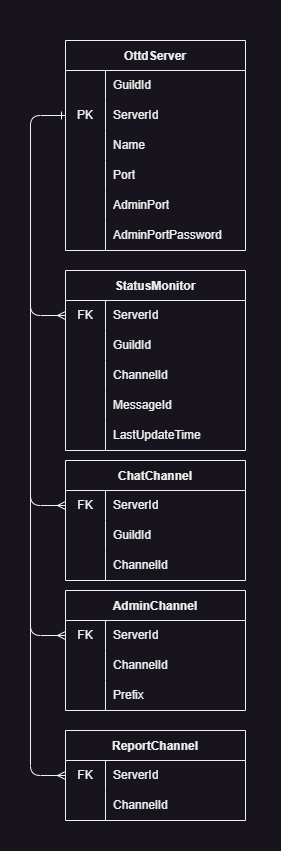
The draw.io diagram docs/database.drawio.png in shoter/OpenttdDiscord, before a commit. Source tidied: cells renumbered, new cells last; positions are measured from the earlier drawing's top-left corner, leaving out a move shared by most shapes.
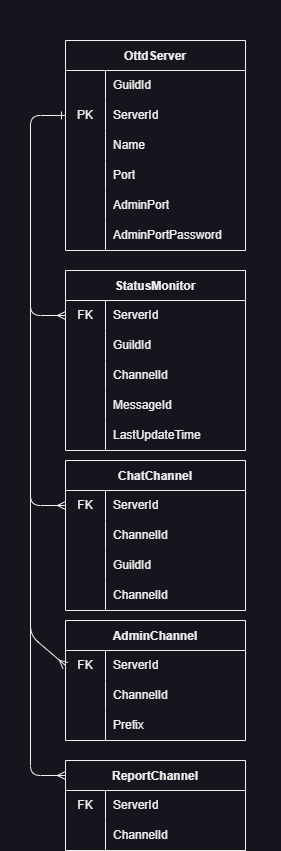
The same file after the commit.

What changed in the source:
```diff
@@ -119,7 +119,7 @@
       </mxGeometry>
     </mxCell>
     <mxCell id="39" value="ChatChannel" style="shape=table;startSize=30;rowLines=0;fontStyle=1;fontColor=#F0F0F0;strokeColor=#F0F0F0;fillColor=#18141D;" parent="1" vertex="1">
-      <mxGeometry x="65" y="460" width="180" height="120" as="geometry" />
+      <mxGeometry x="65" y="460" width="180" height="150" as="geometry" />
     </mxCell>
     <mxCell id="40" style="shape=tableRow;horizontal=0;startSize=0;swimlaneHead=0;swimlaneBody=0;top=0;left=0;bottom=0;right=0;fillColor=none;points=[[0,0.5],[1,0.5]];portConstraint=eastwest;fontColor=#F0F0F0;strokeColor=#F0F0F0;" parent="39" vertex="1">
       <mxGeometry y="30" width="180" height="30" as="geometry" />
@@ -130,8 +130,17 @@
     <mxCell id="42" value="ServerId" style="shape=partialRectangle;html=1;whiteSpace=wrap;fillColor=none;top=0;left=0;bottom=0;right=0;align=left;spacingLeft=6;overflow=hidden;fontColor=#F0F0F0;strokeColor=#F0F0F0;" parent="40" vertex="1">
       <mxGeometry x="40" width="140" height="30" as="geometry" />
     </mxCell>
+    <mxCell id="69" style="shape=tableRow;horizontal=0;startSize=0;swimlaneHead=0;swimlaneBody=0;top=0;left=0;bottom=0;right=0;fillColor=none;fontColor=#F0F0F0;strokeColor=#F0F0F0;" parent="39" vertex="1">
+      <mxGeometry y="60" width="180" height="30" as="geometry" />
+    </mxCell>
+    <mxCell id="70" style="shape=partialRectangle;html=1;whiteSpace=wrap;fillColor=none;top=0;left=0;bottom=0;right=0;overflow=hidden;fontColor=#F0F0F0;strokeColor=#F0F0F0;" parent="69" vertex="1">
+      <mxGeometry width="40" height="30" as="geometry" />
+    </mxCell>
+    <mxCell id="71" value="ChannelId" style="shape=partialRectangle;html=1;whiteSpace=wrap;fillColor=none;top=0;left=0;bottom=0;right=0;align=left;spacingLeft=6;overflow=hidden;fontColor=#F0F0F0;strokeColor=#F0F0F0;" parent="69" vertex="1">
+      <mxGeometry x="40" width="140" height="30" as="geometry" />
+    </mxCell>
     <mxCell id="43" style="shape=tableRow;horizontal=0;startSize=0;swimlaneHead=0;swimlaneBody=0;top=0;left=0;bottom=0;right=0;fillColor=none;fontColor=#F0F0F0;strokeColor=#F0F0F0;" parent="39" vertex="1">
-      <mxGeometry y="60" width="180" height="30" as="geometry" />
+      <mxGeometry y="90" width="180" height="30" as="geometry" />
     </mxCell>
     <mxCell id="44" style="shape=partialRectangle;html=1;whiteSpace=wrap;fillColor=none;top=0;left=0;bottom=0;right=0;overflow=hidden;fontColor=#F0F0F0;strokeColor=#F0F0F0;" parent="43" vertex="1">
       <mxGeometry width="40" height="30" as="geometry" />
@@ -140,7 +149,7 @@
       <mxGeometry x="40" width="140" height="30" as="geometry" />
     </mxCell>
     <mxCell id="46" style="shape=tableRow;horizontal=0;startSize=0;swimlaneHead=0;swimlaneBody=0;top=0;left=0;bottom=0;right=0;fillColor=none;fontColor=#F0F0F0;strokeColor=#F0F0F0;" parent="39" vertex="1">
-      <mxGeometry y="90" width="180" height="30" as="geometry" />
+      <mxGeometry y="120" width="180" height="30" as="geometry" />
     </mxCell>
     <mxCell id="47" style="shape=partialRectangle;html=1;whiteSpace=wrap;fillColor=none;top=0;left=0;bottom=0;right=0;overflow=hidden;fontColor=#F0F0F0;strokeColor=#F0F0F0;" parent="46" vertex="1">
       <mxGeometry width="40" height="30" as="geometry" />
@@ -157,7 +166,7 @@
       </mxGeometry>
     </mxCell>
     <mxCell id="50" value="AdminChannel" style="shape=table;startSize=30;rowLines=0;fontStyle=1;fontColor=#F0F0F0;strokeColor=#F0F0F0;fillColor=#18141D;" parent="1" vertex="1">
-      <mxGeometry x="65" y="590" width="180" height="120" as="geometry" />
+      <mxGeometry x="65" y="620" width="180" height="120" as="geometry" />
     </mxCell>
     <mxCell id="51" style="shape=tableRow;horizontal=0;startSize=0;swimlaneHead=0;swimlaneBody=0;top=0;left=0;bottom=0;right=0;fillColor=none;points=[[0,0.5],[1,0.5]];portConstraint=eastwest;fontColor=#F0F0F0;strokeColor=#F0F0F0;" parent="50" vertex="1">
       <mxGeometry y="30" width="180" height="30" as="geometry" />
@@ -195,7 +204,7 @@
       </mxGeometry>
     </mxCell>
     <mxCell id="61" value="ReportChannel" style="shape=table;startSize=30;rowLines=0;fontStyle=1;fontColor=#F0F0F0;strokeColor=#F0F0F0;fillColor=#18141D;" parent="1" vertex="1">
-      <mxGeometry x="65" y="730" width="180" height="90" as="geometry" />
+      <mxGeometry x="65" y="760" width="180" height="90" as="geometry" />
     </mxCell>
     <mxCell id="62" style="shape=tableRow;horizontal=0;startSize=0;swimlaneHead=0;swimlaneBody=0;top=0;left=0;bottom=0;right=0;fillColor=none;fontColor=#F0F0F0;strokeColor=#F0F0F0;" parent="61" vertex="1">
       <mxGeometry y="30" width="180" height="30" as="geometry" />
```
